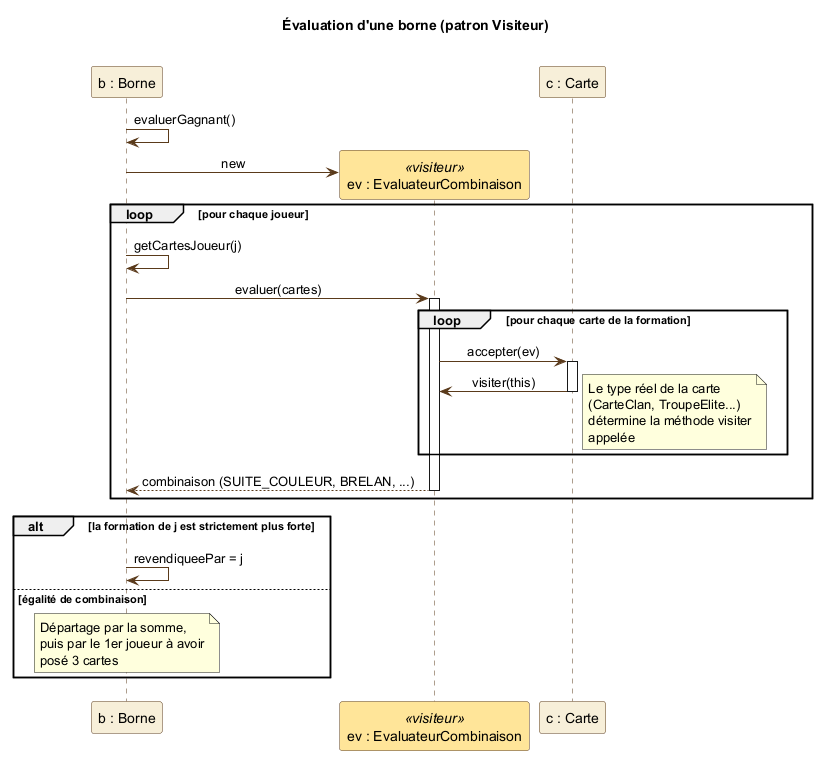
Lelio88/lo02-schotten-totten-soutenance keeps this PlantUML diagram as doc/uml/sequence-evaluation-borne.png. Above is the earlier version.
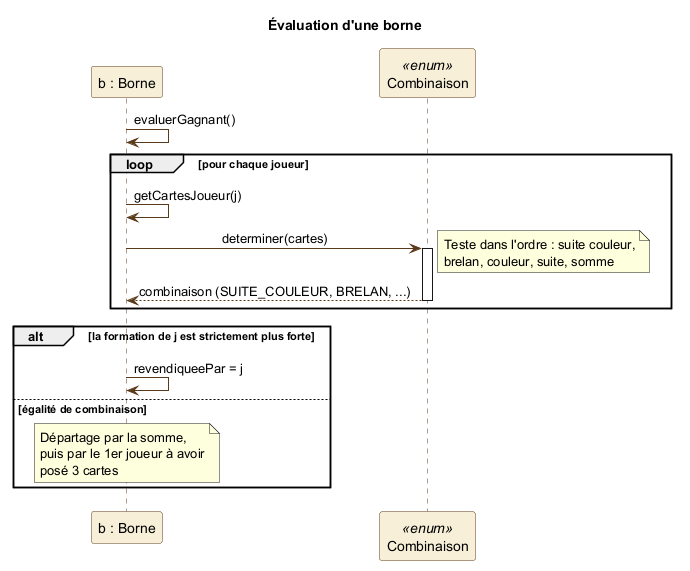
After the change.

What changed in the source:
```diff
@@ -1,5 +1,5 @@
 @startuml sequence-evaluation-borne
-title Évaluation d'une borne (patron Visiteur)
+title Évaluation d'une borne
 
 skinparam shadowing false
 skinparam sequenceMessageAlign center
@@ -9,29 +9,18 @@
   LifeLineBorderColor #5A3A1B
   ArrowColor #5A3A1B
 }
-skinparam participant<<visiteur>> {
-  BackgroundColor #FFE599
-}
 
 participant "b : Borne" as B
-participant "ev : EvaluateurCombinaison" as E <<visiteur>>
-participant "c : Carte" as C
+participant "Combinaison" as K <<enum>>
 
 B -> B : evaluerGagnant()
-B -> E ** : new
 loop pour chaque joueur
   B -> B : getCartesJoueur(j)
-  B -> E : evaluer(cartes)
-  activate E
-  loop pour chaque carte de la formation
-    E -> C : accepter(ev)
-    activate C
-    C -> E : visiter(this)
-    note right : Le type réel de la carte\n(CarteClan, TroupeElite...)\ndétermine la méthode visiter\nappelée
-    deactivate C
-  end
-  E --> B : combinaison (SUITE_COULEUR, BRELAN, ...)
-  deactivate E
+  B -> K : determiner(cartes)
+  activate K
+  note right : Teste dans l'ordre : suite couleur,\nbrelan, couleur, suite, somme
+  K --> B : combinaison (SUITE_COULEUR, BRELAN, ...)
+  deactivate K
 end
 alt la formation de j est strictement plus forte
   B -> B : revendiqueePar = j
```
